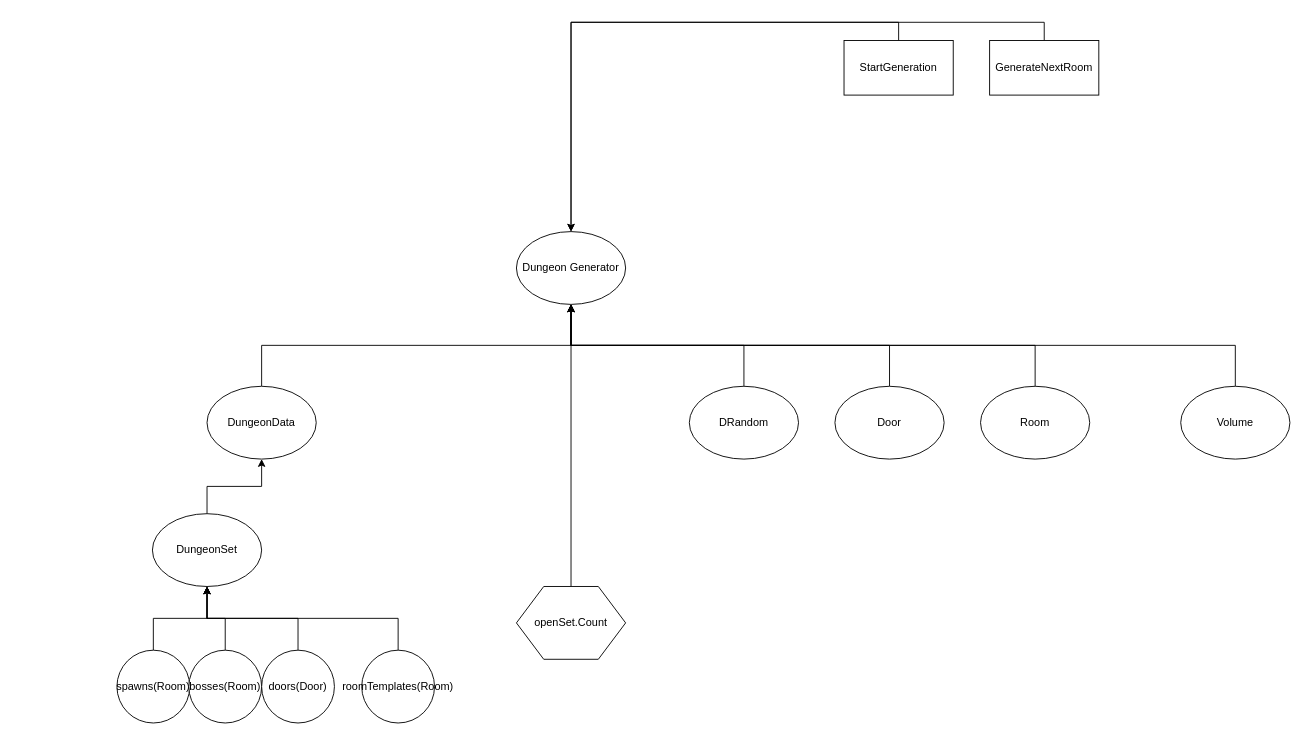
gatzai/DrawioStorage keeps this draw.io diagram as DungeonGenerator.drawio. Above is the earlier version. Source tidied: cells renumbered, new cells numbered last; positions are measured from the earlier drawing's top-left corner, leaving out a move shared by most shapes. Both pictures are drawn from the tidied source at 91%, with x=0, y=0 at pixel (116, 40).
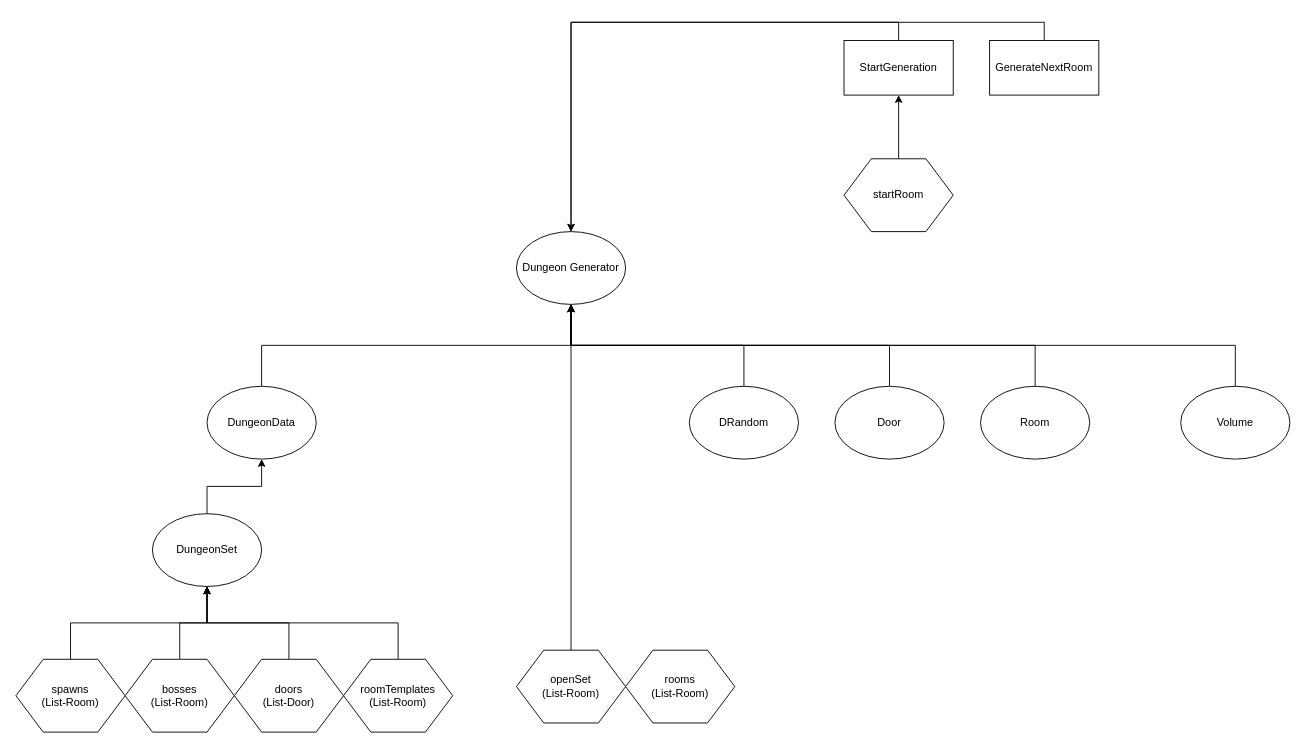
The same page after the edit.

Unchanged cells that the change refers to:
```xml
<mxCell id="12" value="StartGeneration" style="rounded=0;whiteSpace=wrap;html=1;" parent="1" vertex="1">
  <mxGeometry x="799" width="120" height="60" as="geometry" />
</mxCell>
<mxCell id="16" value="DungeonSet" style="ellipse;whiteSpace=wrap;html=1;" parent="1" vertex="1">
  <mxGeometry x="39" y="520" width="120" height="80" as="geometry" />
</mxCell>
```

Change to the diagram source:
```diff
@@
-    <mxCell id="17" style="edgeStyle=orthogonalEdgeStyle;rounded=0;jettySize=auto;html=1;exitX=0.5;exitY=0;exitDx=0;exitDy=0;" parent="1" edge="1" source="18" target="16">
-      <mxGeometry relative="1" as="geometry" />
-    </mxCell>
-    <mxCell id="18" value="spawns(Room)" style="ellipse;whiteSpace=wrap;html=1;" parent="1" vertex="1">
-      <mxGeometry y="670" width="80" height="80" as="geometry" />
-    </mxCell>
-    <mxCell id="19" style="edgeStyle=orthogonalEdgeStyle;rounded=0;jettySize=auto;html=1;exitX=0.5;exitY=0;exitDx=0;exitDy=0;" parent="1" edge="1" source="20" target="16">
-      <mxGeometry relative="1" as="geometry" />
-    </mxCell>
-    <mxCell id="20" value="bosses(Room)" style="ellipse;whiteSpace=wrap;html=1;" parent="1" vertex="1">
-      <mxGeometry x="79" y="670" width="80" height="80" as="geometry" />
-    </mxCell>
-    <mxCell id="21" style="edgeStyle=orthogonalEdgeStyle;rounded=0;jettySize=auto;html=1;exitX=0.5;exitY=0;exitDx=0;exitDy=0;" parent="1" edge="1" source="22" target="16">
-      <mxGeometry relative="1" as="geometry" />
-    </mxCell>
-    <mxCell id="22" value="doors(Door)" style="ellipse;whiteSpace=wrap;html=1;" parent="1" vertex="1">
-      <mxGeometry x="159" y="670" width="80" height="80" as="geometry" />
-    </mxCell>
-    <mxCell id="23" style="edgeStyle=orthogonalEdgeStyle;rounded=0;jettySize=auto;html=1;exitX=0.5;exitY=0;exitDx=0;exitDy=0;" parent="1" edge="1" source="24" target="16">
-      <mxGeometry relative="1" as="geometry" />
-    </mxCell>
-    <mxCell id="24" value="roomTemplates(Room)" style="ellipse;whiteSpace=wrap;html=1;" parent="1" vertex="1">
-      <mxGeometry x="269" y="670" width="80" height="80" as="geometry" />
-    </mxCell>
@@
-    <mxCell id="28" value="openSet.Count" style="shape=hexagon;perimeter=hexagonPerimeter2;whiteSpace=wrap;html=1;" parent="1" vertex="1">
-      <mxGeometry x="439" y="600" width="120" height="80" as="geometry" />
+    <mxCell id="28" value="openSet&lt;br&gt;(List-Room)" style="shape=hexagon;perimeter=hexagonPerimeter2;whiteSpace=wrap;html=1;" parent="1" vertex="1">
+      <mxGeometry x="439" y="670" width="120" height="80" as="geometry" />
     </mxCell>
+    <mxCell id="29" style="edgeStyle=orthogonalEdgeStyle;rounded=0;jettySize=auto;html=1;exitX=0.5;exitY=0;exitDx=0;exitDy=0;" parent="1" edge="1" source="30" target="12">
+      <mxGeometry relative="1" as="geometry" />
+    </mxCell>
+    <mxCell id="30" value="startRoom" style="shape=hexagon;perimeter=hexagonPerimeter2;whiteSpace=wrap;html=1;" parent="1" vertex="1">
+      <mxGeometry x="799" y="130" width="120" height="80" as="geometry" />
+    </mxCell>
+    <mxCell id="31" style="edgeStyle=orthogonalEdgeStyle;rounded=0;jettySize=auto;html=1;exitX=0.5;exitY=0;exitDx=0;exitDy=0;" parent="1" edge="1" source="32" target="16">
+      <mxGeometry relative="1" as="geometry" />
+    </mxCell>
+    <mxCell id="32" value="&lt;span style=&quot;white-space: normal&quot;&gt;spawns&lt;/span&gt;&lt;br style=&quot;white-space: normal&quot;&gt;&lt;span style=&quot;white-space: normal&quot;&gt;(List-Room)&lt;/span&gt;" style="shape=hexagon;perimeter=hexagonPerimeter2;whiteSpace=wrap;html=1;" parent="1" vertex="1">
+      <mxGeometry x="-111" y="680" width="120" height="80" as="geometry" />
+    </mxCell>
+    <mxCell id="33" style="edgeStyle=orthogonalEdgeStyle;rounded=0;jettySize=auto;html=1;exitX=0.5;exitY=0;exitDx=0;exitDy=0;" parent="1" edge="1" source="34" target="16">
+      <mxGeometry relative="1" as="geometry" />
+    </mxCell>
+    <mxCell id="34" value="&lt;span style=&quot;white-space: normal&quot;&gt;bosses&lt;br&gt;&lt;/span&gt;(List-Room)&lt;span style=&quot;white-space: normal&quot;&gt;&lt;br&gt;&lt;/span&gt;" style="shape=hexagon;perimeter=hexagonPerimeter2;whiteSpace=wrap;html=1;" parent="1" vertex="1">
+      <mxGeometry x="9" y="680" width="120" height="80" as="geometry" />
+    </mxCell>
+    <mxCell id="35" style="edgeStyle=orthogonalEdgeStyle;rounded=0;jettySize=auto;html=1;exitX=0.5;exitY=0;exitDx=0;exitDy=0;" parent="1" edge="1" source="36" target="16">
+      <mxGeometry relative="1" as="geometry" />
+    </mxCell>
+    <mxCell id="36" value="&lt;span style=&quot;white-space: normal&quot;&gt;doors&lt;br&gt;&lt;/span&gt;(List-Door)&lt;span style=&quot;white-space: normal&quot;&gt;&lt;br&gt;&lt;/span&gt;" style="shape=hexagon;perimeter=hexagonPerimeter2;whiteSpace=wrap;html=1;" parent="1" vertex="1">
+      <mxGeometry x="129" y="680" width="120" height="80" as="geometry" />
+    </mxCell>
+    <mxCell id="37" style="edgeStyle=orthogonalEdgeStyle;rounded=0;jettySize=auto;html=1;exitX=0.5;exitY=0;exitDx=0;exitDy=0;" parent="1" edge="1" source="38" target="16">
+      <mxGeometry relative="1" as="geometry" />
+    </mxCell>
+    <mxCell id="38" value="&lt;span style=&quot;white-space: normal&quot;&gt;roomTemplates&lt;br&gt;(List-Room)&lt;/span&gt;" style="shape=hexagon;perimeter=hexagonPerimeter2;whiteSpace=wrap;html=1;" parent="1" vertex="1">
+      <mxGeometry x="249" y="680" width="120" height="80" as="geometry" />
+    </mxCell>
+    <mxCell id="39" value="rooms&lt;br&gt;(List-Room)" style="shape=hexagon;perimeter=hexagonPerimeter2;whiteSpace=wrap;html=1;" parent="1" vertex="1">
+      <mxGeometry x="559" y="670" width="120" height="80" as="geometry" />
+    </mxCell>
```
